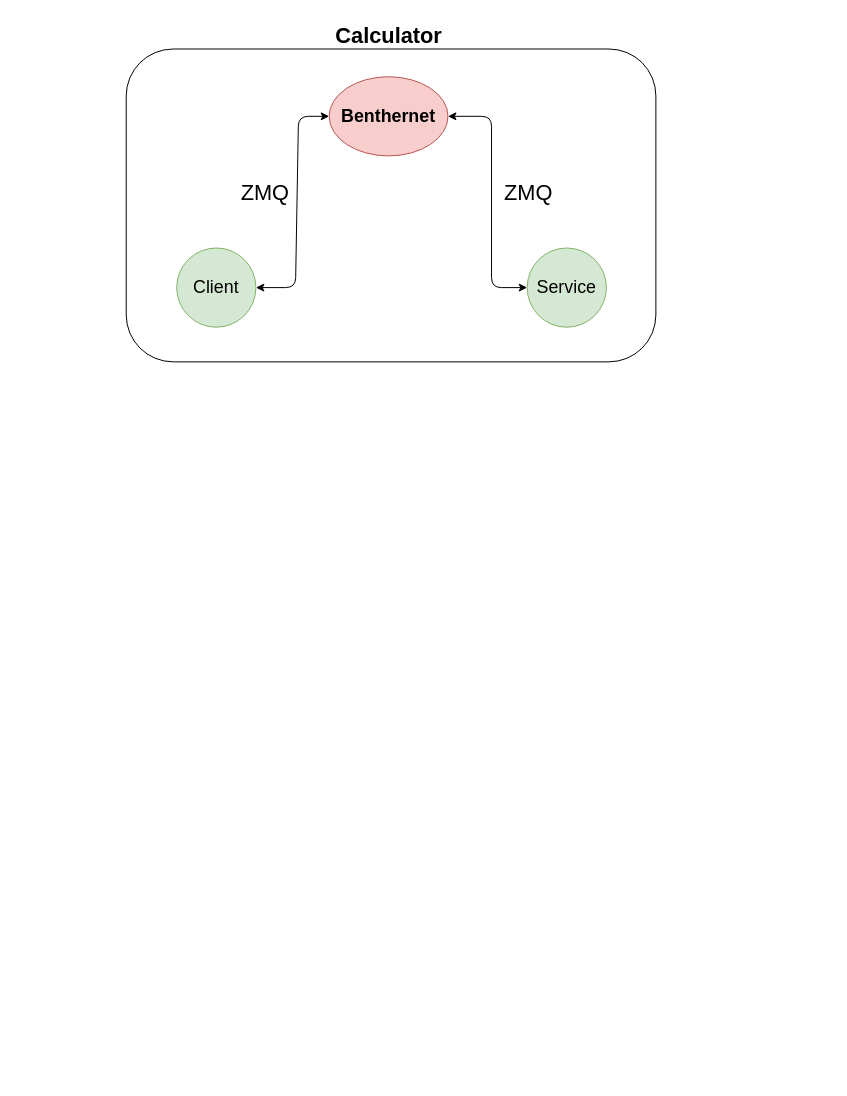
This is Pictures/ZMQ.drawio from NathanBruggeman/Bethernet_NP, a draw.io file, before an edit. Source tidied: cells renumbered, new cells numbered last; positions are measured from the earlier drawing's top-left corner, leaving out a move shared by most shapes. Both pictures are drawn from the tidied source at 99%, with x=0, y=0 at pixel (126, 17).
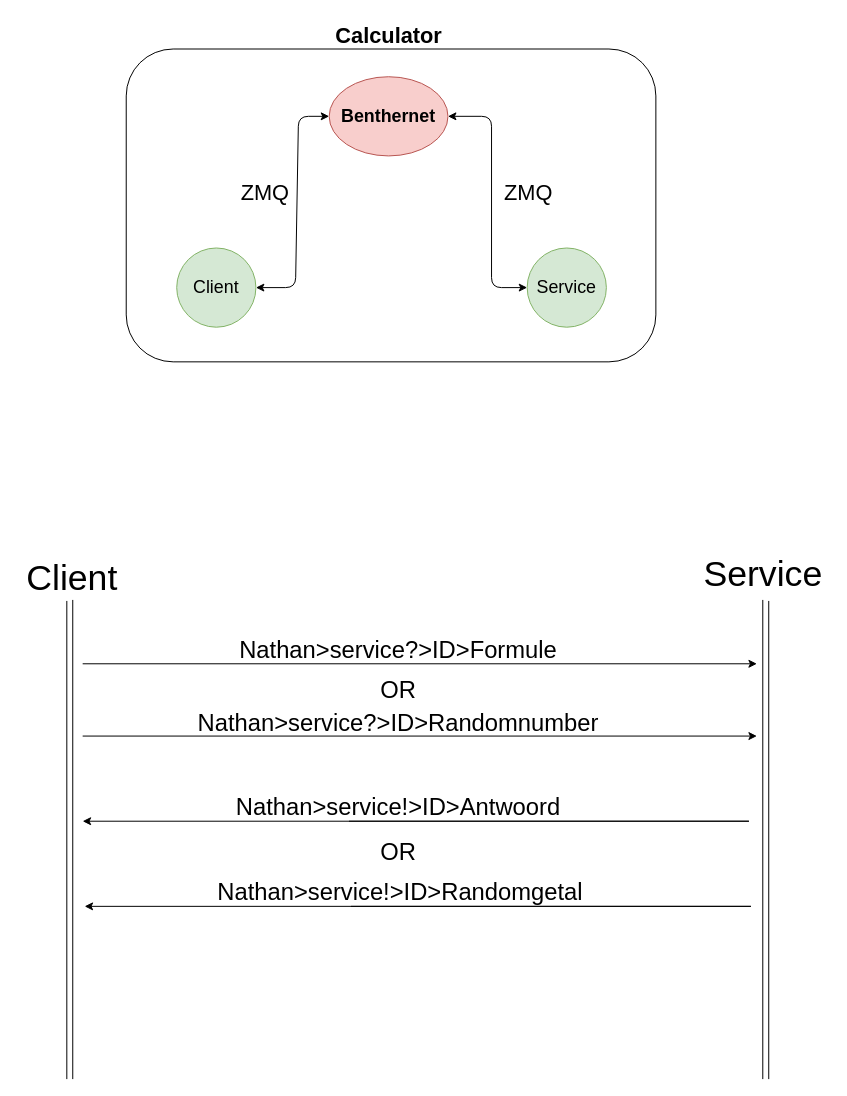
The same page after the edit.

What changed in the source:
```diff
@@
+    <mxCell id="11" style="shape=partialRectangle;whiteSpace=wrap;html=1;top=0;bottom=0;fillColor=none;" parent="1" vertex="1">
+      <mxGeometry x="-60" y="590" width="709" height="482" as="geometry" />
+    </mxCell>
+    <mxCell id="12" style="shape=partialRectangle;whiteSpace=wrap;html=1;top=0;bottom=0;fillColor=none;" parent="1" vertex="1">
+      <mxGeometry x="-54" y="589" width="697" height="483" as="geometry" />
+    </mxCell>
+    <mxCell id="13" value="&lt;font style=&quot;font-size: 36px;&quot;&gt;Client&lt;/font&gt;" style="text;html=1;align=center;verticalAlign=middle;strokeColor=none;fillColor=none;" parent="1" vertex="1">
+      <mxGeometry x="-110" y="538" width="110" height="55" as="geometry" />
+    </mxCell>
+    <mxCell id="14" value="&lt;font style=&quot;font-size: 36px;&quot;&gt;Service&lt;/font&gt;" style="text;html=1;align=center;verticalAlign=middle;strokeColor=none;fillColor=none;" parent="1" vertex="1">
+      <mxGeometry x="574" y="534" width="138" height="55" as="geometry" />
+    </mxCell>
+    <mxCell id="15" style="endArrow=classic;html=1;rounded=0;fontSize=36;" parent="1" edge="1">
+      <mxGeometry relative="1" as="geometry">
+        <mxPoint x="-44" y="653" as="sourcePoint" />
+        <mxPoint x="637" y="653" as="targetPoint" />
+      </mxGeometry>
+    </mxCell>
+    <mxCell id="16" value="&lt;font style=&quot;font-size: 24px;&quot;&gt;Nathan&amp;gt;service?&amp;gt;ID&amp;gt;Formule&lt;br&gt;&lt;/font&gt;" style="text;html=1;strokeColor=none;fillColor=none;align=center;verticalAlign=middle;whiteSpace=wrap;rounded=0;fontSize=36;" parent="1" vertex="1">
+      <mxGeometry x="48" y="620" width="454" height="30" as="geometry" />
+    </mxCell>
+    <mxCell id="17" style="endArrow=classic;html=1;rounded=0;fontSize=24;" parent="1" edge="1">
+      <mxGeometry relative="1" as="geometry">
+        <mxPoint x="225" y="812" as="sourcePoint" />
+        <mxPoint x="-44" y="812" as="targetPoint" />
+        <Array as="points">
+          <mxPoint x="629" y="812" />
+        </Array>
+      </mxGeometry>
+    </mxCell>
+    <mxCell id="18" value="OR" style="text;html=1;strokeColor=none;fillColor=none;align=center;verticalAlign=middle;whiteSpace=wrap;rounded=0;fontSize=24;" parent="1" vertex="1">
+      <mxGeometry x="245" y="665" width="60" height="30" as="geometry" />
+    </mxCell>
+    <mxCell id="19" style="endArrow=classic;html=1;rounded=0;fontSize=36;" parent="1" edge="1">
+      <mxGeometry relative="1" as="geometry">
+        <mxPoint x="-44" y="726" as="sourcePoint" />
+        <mxPoint x="637" y="726" as="targetPoint" />
+      </mxGeometry>
+    </mxCell>
+    <mxCell id="20" value="&lt;font style=&quot;font-size: 24px;&quot;&gt;Nathan&amp;gt;service?&amp;gt;ID&amp;gt;Randomnumber&lt;br&gt;&lt;/font&gt;" style="text;html=1;strokeColor=none;fillColor=none;align=center;verticalAlign=middle;whiteSpace=wrap;rounded=0;fontSize=36;" parent="1" vertex="1">
+      <mxGeometry x="48" y="693" width="454" height="30" as="geometry" />
+    </mxCell>
+    <mxCell id="21" value="Nathan&amp;gt;service!&amp;gt;ID&amp;gt;Antwoord" style="text;html=1;strokeColor=none;fillColor=none;align=center;verticalAlign=middle;whiteSpace=wrap;rounded=0;fontSize=24;" parent="1" vertex="1">
+      <mxGeometry x="245" y="783" width="60" height="30" as="geometry" />
+    </mxCell>
+    <mxCell id="22" style="endArrow=classic;html=1;rounded=0;fontSize=24;" parent="1" edge="1">
+      <mxGeometry relative="1" as="geometry">
+        <mxPoint x="227" y="898" as="sourcePoint" />
+        <mxPoint x="-42" y="898" as="targetPoint" />
+        <Array as="points">
+          <mxPoint x="631" y="898" />
+        </Array>
+      </mxGeometry>
+    </mxCell>
+    <mxCell id="23" value="OR" style="text;html=1;strokeColor=none;fillColor=none;align=center;verticalAlign=middle;whiteSpace=wrap;rounded=0;fontSize=24;" parent="1" vertex="1">
+      <mxGeometry x="245" y="829" width="60" height="30" as="geometry" />
+    </mxCell>
+    <mxCell id="24" value="Nathan&amp;gt;service!&amp;gt;ID&amp;gt;Randomgetal" style="text;html=1;strokeColor=none;fillColor=none;align=center;verticalAlign=middle;whiteSpace=wrap;rounded=0;fontSize=24;" parent="1" vertex="1">
+      <mxGeometry x="247" y="869" width="60" height="30" as="geometry" />
+    </mxCell>
```
